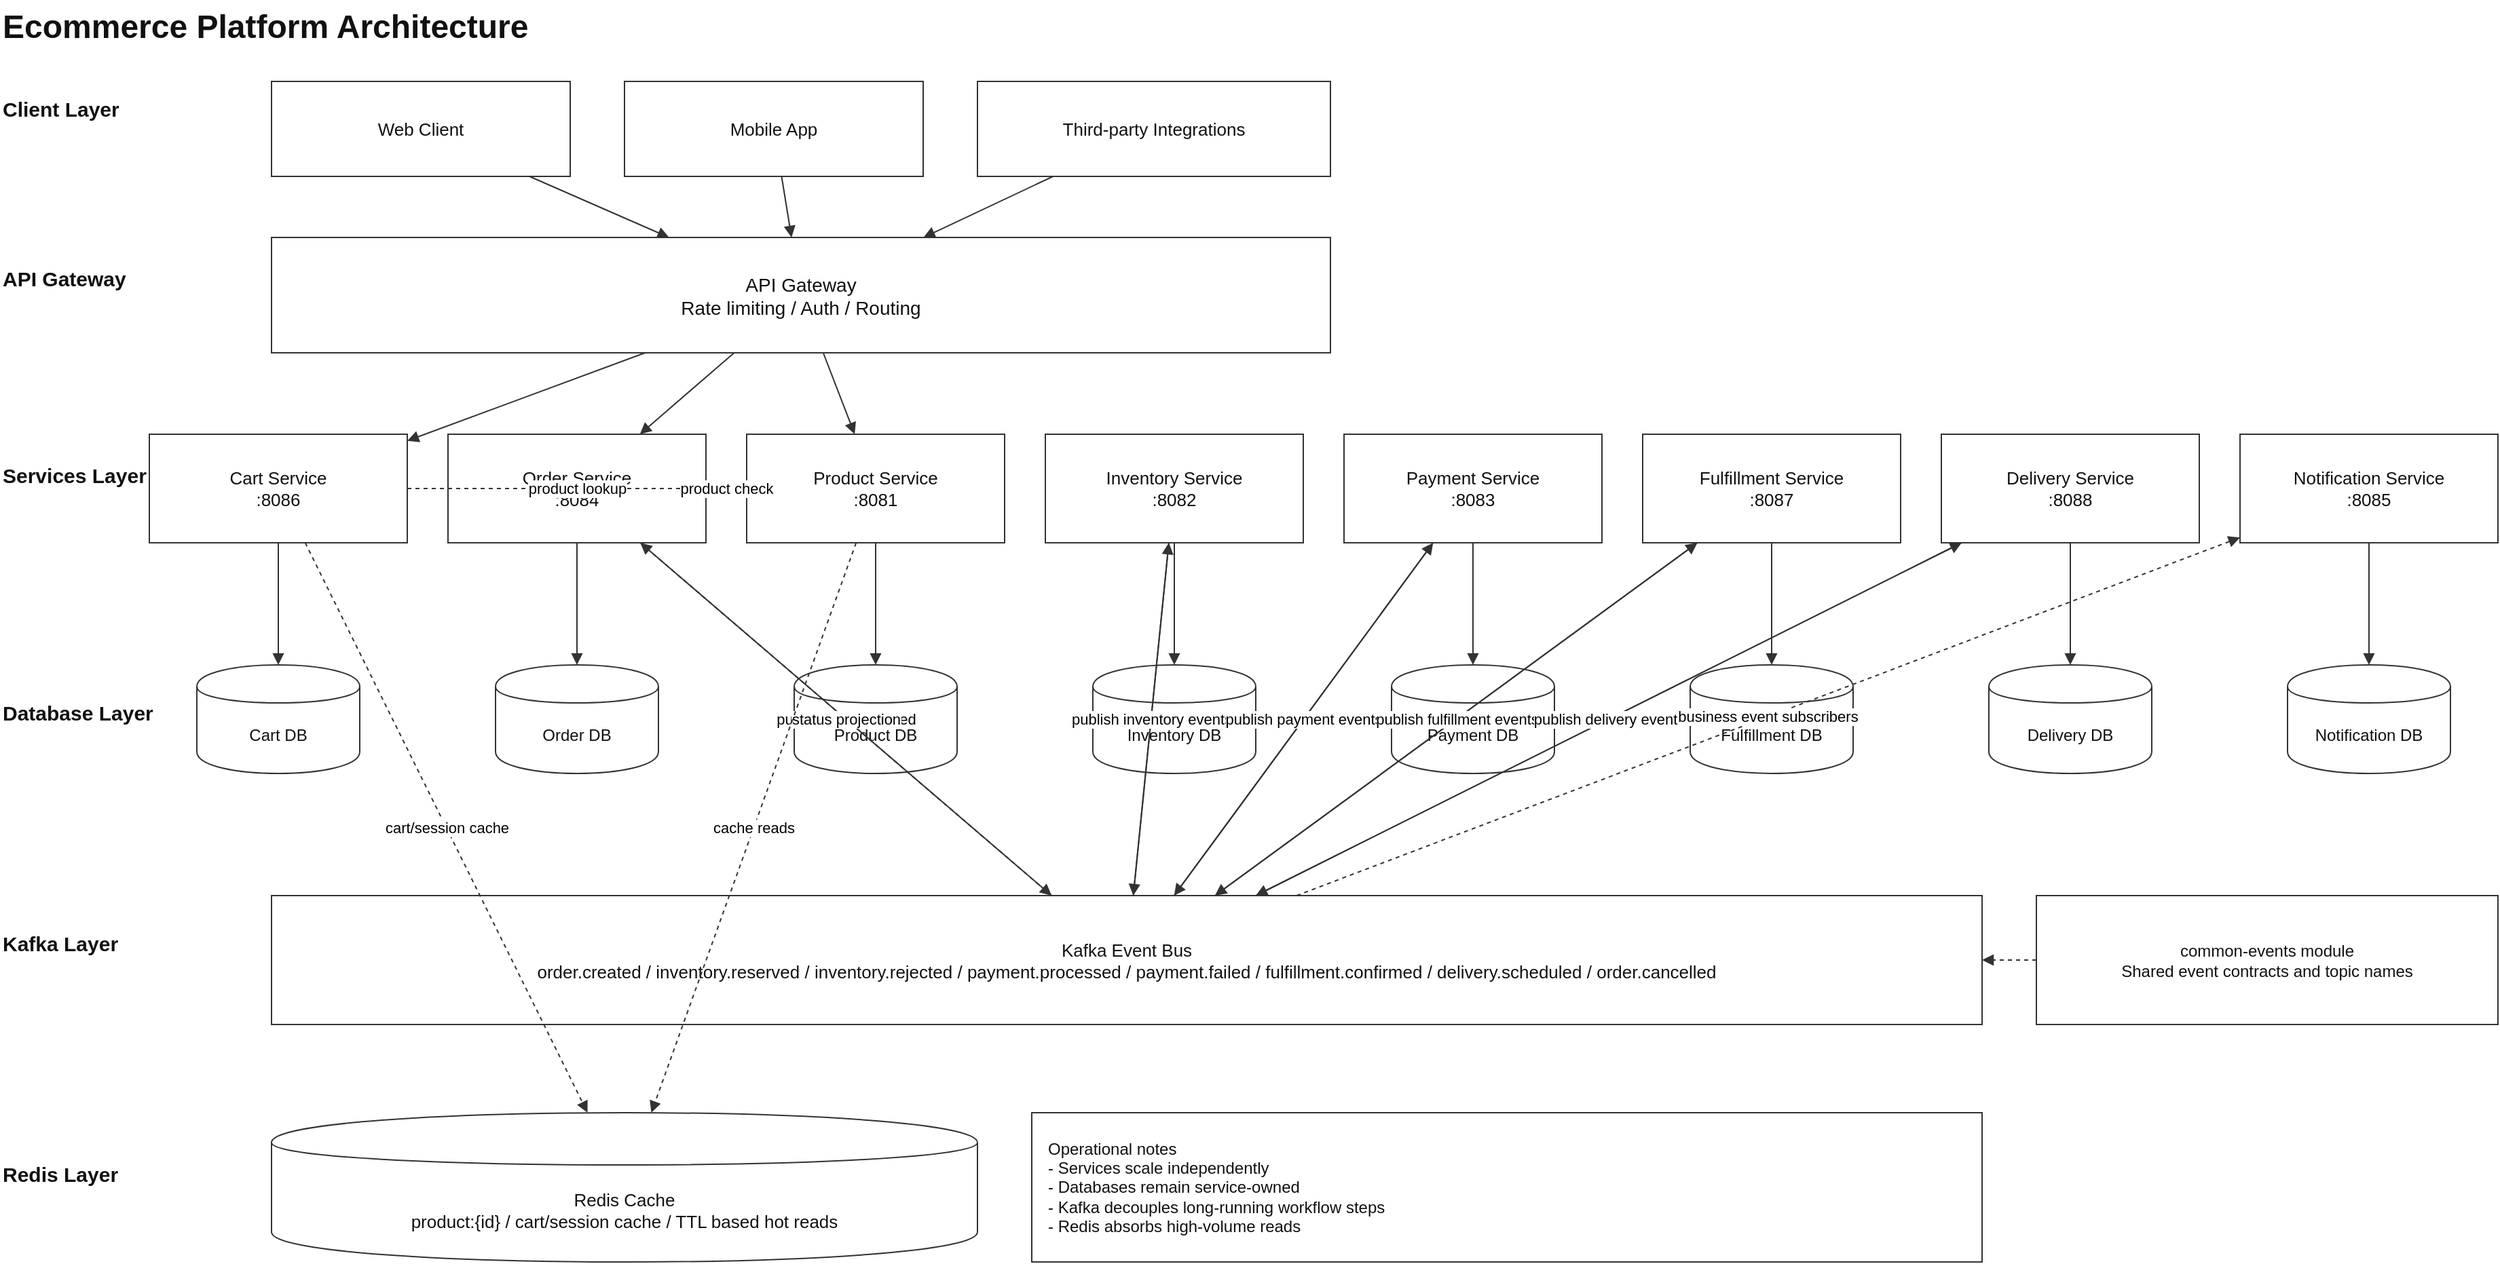
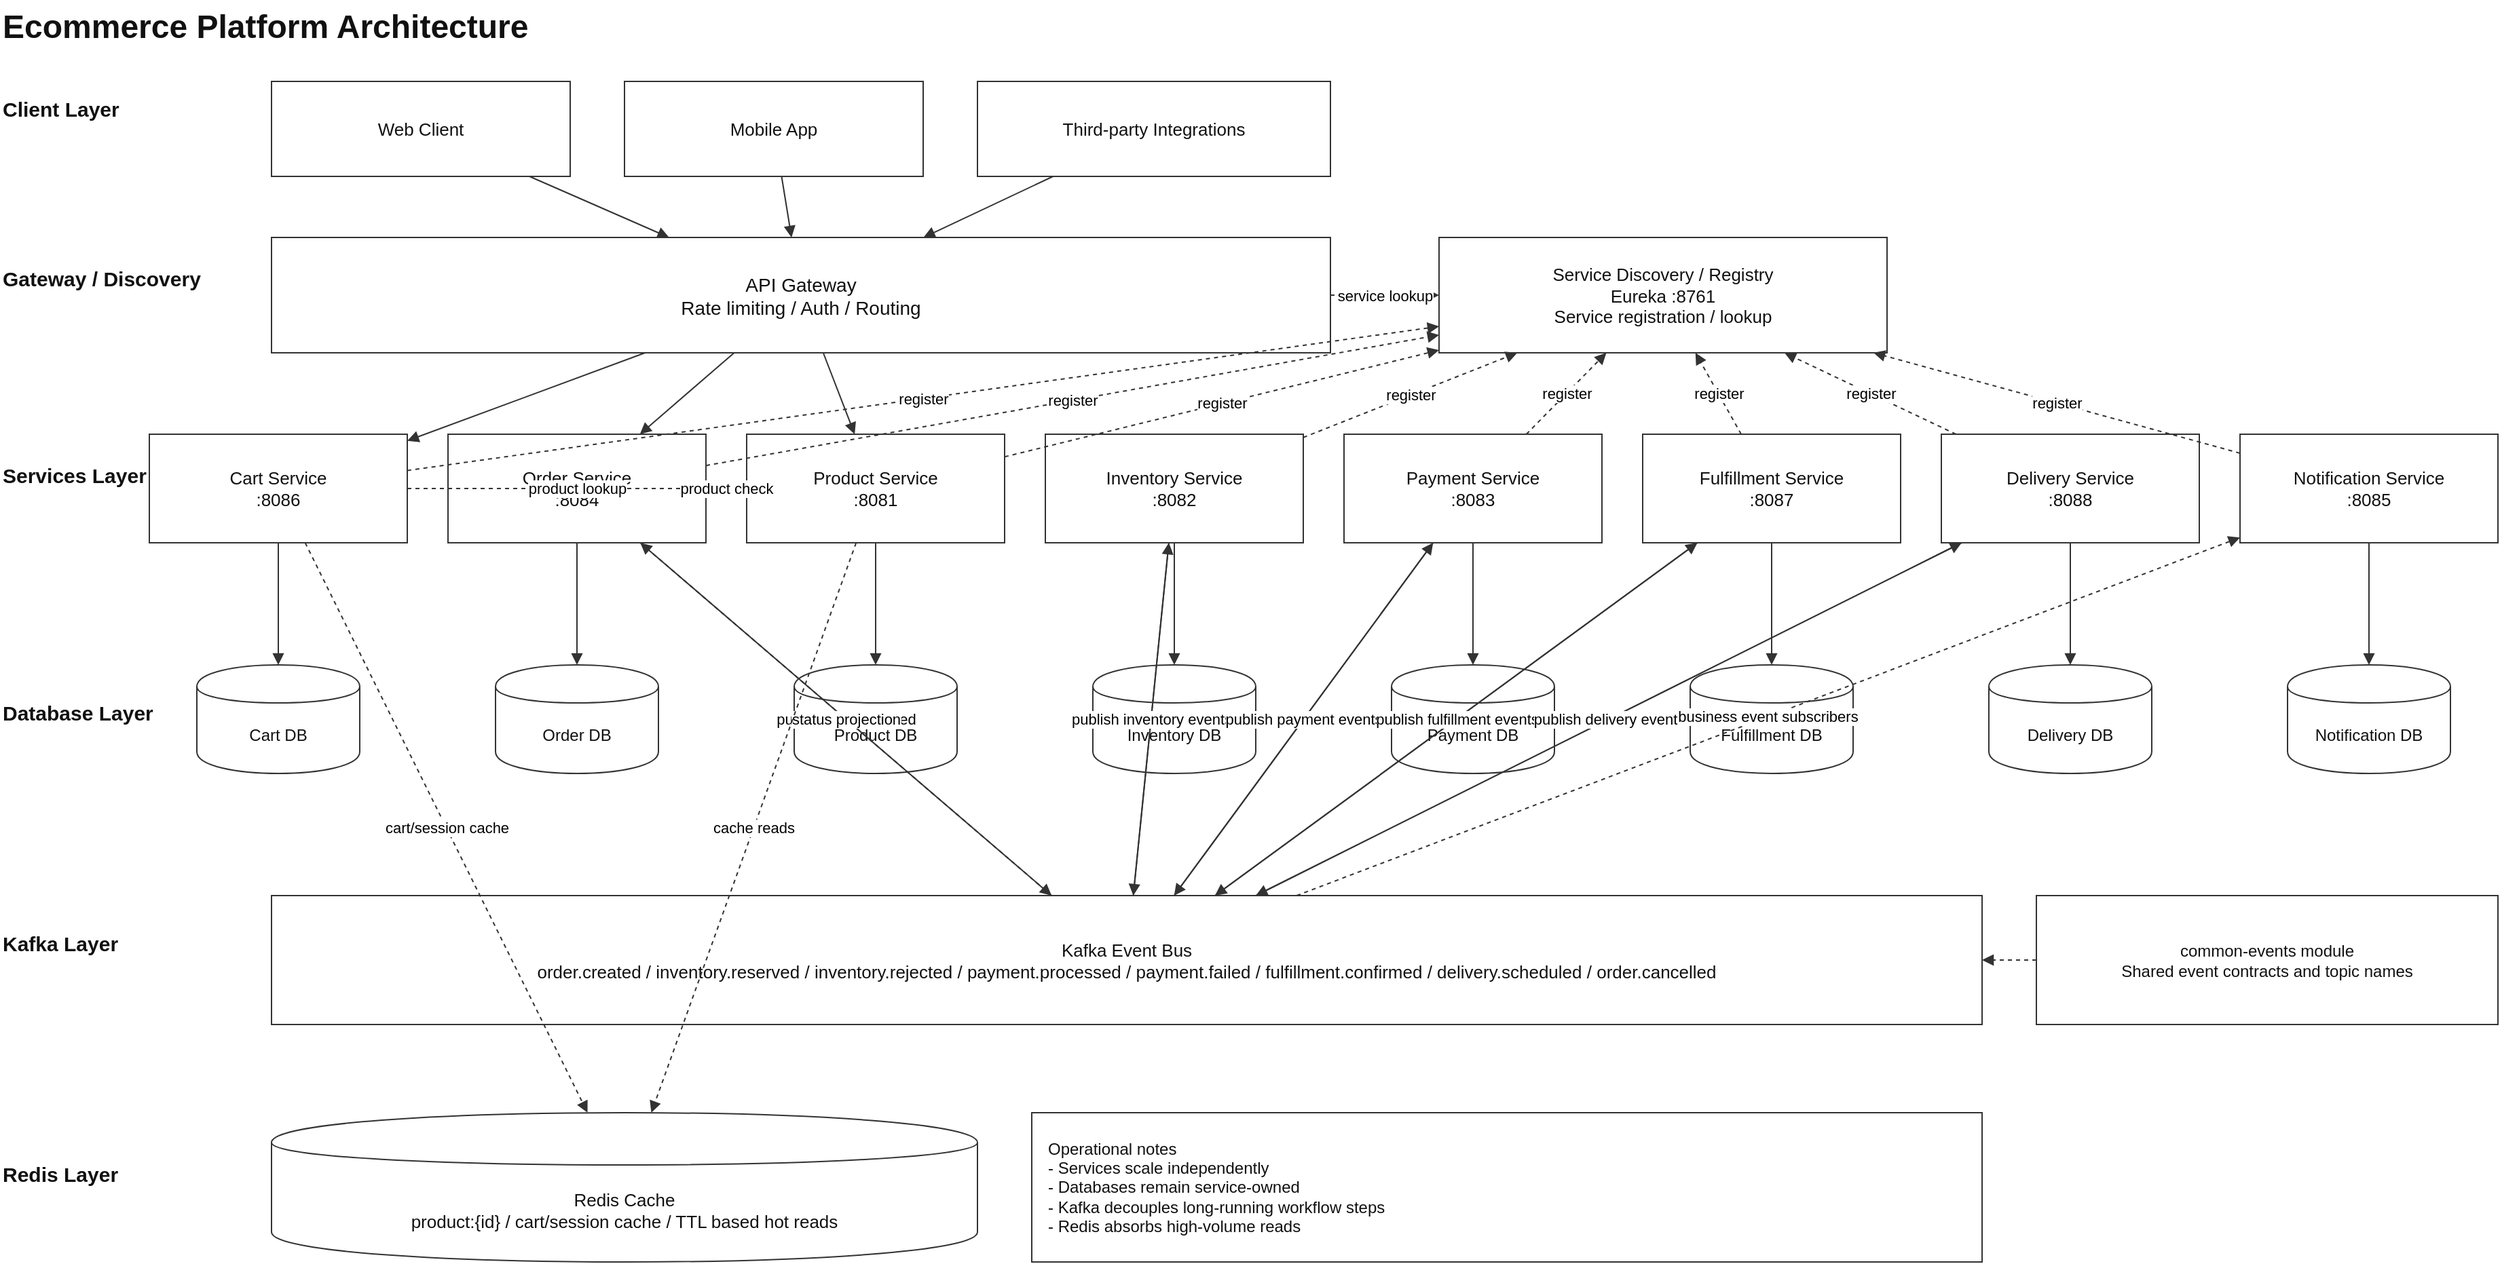
<mxfile host="app.diagrams.net" modified="2026-05-06T00:00:00.000Z" agent="diagrams.net" version="24.7.17">
  <diagram id="ecommerce-architecture" name="Ecommerce Platform Architecture">
    <mxGraphModel dx="1800" dy="1000" grid="1" gridSize="10" guides="1" tooltips="1" connect="1" arrows="1" fold="1" page="1" pageScale="1" pageWidth="2200" pageHeight="1500" math="0" shadow="0">
      <root>
        <mxCell id="0"/>
        <mxCell id="1" parent="0"/>

        <mxCell id="title" value="Ecommerce Platform Architecture" style="text;html=1;strokeColor=none;fillColor=none;align=left;verticalAlign=middle;fontSize=24;fontStyle=1;fontColor=#111111;" vertex="1" parent="1">
          <mxGeometry x="60" y="30" width="520" height="40" as="geometry"/>
        </mxCell>

        <mxCell id="client-layer-label" value="Client Layer" style="text;html=1;strokeColor=none;fillColor=none;align=left;verticalAlign=middle;fontSize=15;fontStyle=1;fontColor=#111111;" vertex="1" parent="1">
          <mxGeometry x="60" y="95" width="180" height="30" as="geometry"/>
        </mxCell>
        <mxCell id="client-web" value="Web Client" style="rounded=0;whiteSpace=wrap;html=1;fillColor=#ffffff;strokeColor=#333333;fontSize=13;fontColor=#111111;" vertex="1" parent="1">
          <mxGeometry x="260" y="90" width="220" height="70" as="geometry"/>
        </mxCell>
        <mxCell id="client-mobile" value="Mobile App" style="rounded=0;whiteSpace=wrap;html=1;fillColor=#ffffff;strokeColor=#333333;fontSize=13;fontColor=#111111;" vertex="1" parent="1">
          <mxGeometry x="520" y="90" width="220" height="70" as="geometry"/>
        </mxCell>
        <mxCell id="client-third-party" value="Third-party Integrations" style="rounded=0;whiteSpace=wrap;html=1;fillColor=#ffffff;strokeColor=#333333;fontSize=13;fontColor=#111111;" vertex="1" parent="1">
          <mxGeometry x="780" y="90" width="260" height="70" as="geometry"/>
        </mxCell>

-         <mxCell id="gateway-layer-label" value="API Gateway" style="text;html=1;strokeColor=none;fillColor=none;align=left;verticalAlign=middle;fontSize=15;fontStyle=1;fontColor=#111111;" vertex="1" parent="1">
+         <mxCell id="gateway-layer-label" value="Gateway / Discovery" style="text;html=1;strokeColor=none;fillColor=none;align=left;verticalAlign=middle;fontSize=15;fontStyle=1;fontColor=#111111;" vertex="1" parent="1">
          <mxGeometry x="60" y="220" width="180" height="30" as="geometry"/>
        </mxCell>
        <mxCell id="api-gateway" value="API Gateway&#xa;Rate limiting / Auth / Routing" style="rounded=0;whiteSpace=wrap;html=1;fillColor=#ffffff;strokeColor=#333333;fontSize=14;fontColor=#111111;" vertex="1" parent="1">
          <mxGeometry x="260" y="205" width="780" height="85" as="geometry"/>
        </mxCell>
+         <mxCell id="service-discovery" value="Service Discovery / Registry&#xa;Eureka :8761&#xa;Service registration / lookup" style="rounded=0;whiteSpace=wrap;html=1;fillColor=#ffffff;strokeColor=#333333;fontSize=13;fontColor=#111111;" vertex="1" parent="1">
+           <mxGeometry x="1120" y="205" width="330" height="85" as="geometry"/>
+         </mxCell>

        <mxCell id="services-layer-label" value="Services Layer" style="text;html=1;strokeColor=none;fillColor=none;align=left;verticalAlign=middle;fontSize=15;fontStyle=1;fontColor=#111111;" vertex="1" parent="1">
          <mxGeometry x="60" y="365" width="180" height="30" as="geometry"/>
        </mxCell>
        <mxCell id="cart" value="Cart Service&#xa;:8086" style="rounded=0;whiteSpace=wrap;html=1;fillColor=#ffffff;strokeColor=#333333;fontSize=13;fontColor=#111111;" vertex="1" parent="1">
          <mxGeometry x="170" y="350" width="190" height="80" as="geometry"/>
        </mxCell>
        <mxCell id="order" value="Order Service&#xa;:8084" style="rounded=0;whiteSpace=wrap;html=1;fillColor=#ffffff;strokeColor=#333333;fontSize=13;fontColor=#111111;" vertex="1" parent="1">
          <mxGeometry x="390" y="350" width="190" height="80" as="geometry"/>
        </mxCell>
        <mxCell id="product" value="Product Service&#xa;:8081" style="rounded=0;whiteSpace=wrap;html=1;fillColor=#ffffff;strokeColor=#333333;fontSize=13;fontColor=#111111;" vertex="1" parent="1">
          <mxGeometry x="610" y="350" width="190" height="80" as="geometry"/>
        </mxCell>
        <mxCell id="inventory" value="Inventory Service&#xa;:8082" style="rounded=0;whiteSpace=wrap;html=1;fillColor=#ffffff;strokeColor=#333333;fontSize=13;fontColor=#111111;" vertex="1" parent="1">
          <mxGeometry x="830" y="350" width="190" height="80" as="geometry"/>
        </mxCell>
        <mxCell id="payment" value="Payment Service&#xa;:8083" style="rounded=0;whiteSpace=wrap;html=1;fillColor=#ffffff;strokeColor=#333333;fontSize=13;fontColor=#111111;" vertex="1" parent="1">
          <mxGeometry x="1050" y="350" width="190" height="80" as="geometry"/>
        </mxCell>
        <mxCell id="fulfillment" value="Fulfillment Service&#xa;:8087" style="rounded=0;whiteSpace=wrap;html=1;fillColor=#ffffff;strokeColor=#333333;fontSize=13;fontColor=#111111;" vertex="1" parent="1">
          <mxGeometry x="1270" y="350" width="190" height="80" as="geometry"/>
        </mxCell>
        <mxCell id="delivery" value="Delivery Service&#xa;:8088" style="rounded=0;whiteSpace=wrap;html=1;fillColor=#ffffff;strokeColor=#333333;fontSize=13;fontColor=#111111;" vertex="1" parent="1">
          <mxGeometry x="1490" y="350" width="190" height="80" as="geometry"/>
        </mxCell>
        <mxCell id="notification" value="Notification Service&#xa;:8085" style="rounded=0;whiteSpace=wrap;html=1;fillColor=#ffffff;strokeColor=#333333;fontSize=13;fontColor=#111111;" vertex="1" parent="1">
          <mxGeometry x="1710" y="350" width="190" height="80" as="geometry"/>
        </mxCell>

        <mxCell id="db-layer-label" value="Database Layer" style="text;html=1;strokeColor=none;fillColor=none;align=left;verticalAlign=middle;fontSize=15;fontStyle=1;fontColor=#111111;" vertex="1" parent="1">
          <mxGeometry x="60" y="540" width="180" height="30" as="geometry"/>
        </mxCell>
        <mxCell id="db-cart" value="Cart DB" style="shape=cylinder;whiteSpace=wrap;html=1;boundedLbl=1;fillColor=#ffffff;strokeColor=#333333;fontSize=12;fontColor=#111111;" vertex="1" parent="1">
          <mxGeometry x="205" y="520" width="120" height="80" as="geometry"/>
        </mxCell>
        <mxCell id="db-order" value="Order DB" style="shape=cylinder;whiteSpace=wrap;html=1;boundedLbl=1;fillColor=#ffffff;strokeColor=#333333;fontSize=12;fontColor=#111111;" vertex="1" parent="1">
          <mxGeometry x="425" y="520" width="120" height="80" as="geometry"/>
        </mxCell>
        <mxCell id="db-product" value="Product DB" style="shape=cylinder;whiteSpace=wrap;html=1;boundedLbl=1;fillColor=#ffffff;strokeColor=#333333;fontSize=12;fontColor=#111111;" vertex="1" parent="1">
          <mxGeometry x="645" y="520" width="120" height="80" as="geometry"/>
        </mxCell>
        <mxCell id="db-inventory" value="Inventory DB" style="shape=cylinder;whiteSpace=wrap;html=1;boundedLbl=1;fillColor=#ffffff;strokeColor=#333333;fontSize=12;fontColor=#111111;" vertex="1" parent="1">
          <mxGeometry x="865" y="520" width="120" height="80" as="geometry"/>
        </mxCell>
        <mxCell id="db-payment" value="Payment DB" style="shape=cylinder;whiteSpace=wrap;html=1;boundedLbl=1;fillColor=#ffffff;strokeColor=#333333;fontSize=12;fontColor=#111111;" vertex="1" parent="1">
          <mxGeometry x="1085" y="520" width="120" height="80" as="geometry"/>
        </mxCell>
        <mxCell id="db-fulfillment" value="Fulfillment DB" style="shape=cylinder;whiteSpace=wrap;html=1;boundedLbl=1;fillColor=#ffffff;strokeColor=#333333;fontSize=12;fontColor=#111111;" vertex="1" parent="1">
          <mxGeometry x="1305" y="520" width="120" height="80" as="geometry"/>
        </mxCell>
        <mxCell id="db-delivery" value="Delivery DB" style="shape=cylinder;whiteSpace=wrap;html=1;boundedLbl=1;fillColor=#ffffff;strokeColor=#333333;fontSize=12;fontColor=#111111;" vertex="1" parent="1">
          <mxGeometry x="1525" y="520" width="120" height="80" as="geometry"/>
        </mxCell>
        <mxCell id="db-notification" value="Notification DB" style="shape=cylinder;whiteSpace=wrap;html=1;boundedLbl=1;fillColor=#ffffff;strokeColor=#333333;fontSize=12;fontColor=#111111;" vertex="1" parent="1">
          <mxGeometry x="1745" y="520" width="120" height="80" as="geometry"/>
        </mxCell>

        <mxCell id="kafka-layer-label" value="Kafka Layer" style="text;html=1;strokeColor=none;fillColor=none;align=left;verticalAlign=middle;fontSize=15;fontStyle=1;fontColor=#111111;" vertex="1" parent="1">
          <mxGeometry x="60" y="710" width="180" height="30" as="geometry"/>
        </mxCell>
        <mxCell id="kafka" value="Kafka Event Bus&#xa;order.created / inventory.reserved / inventory.rejected / payment.processed / payment.failed / fulfillment.confirmed / delivery.scheduled / order.cancelled" style="rounded=0;whiteSpace=wrap;html=1;fillColor=#ffffff;strokeColor=#333333;fontSize=13;fontColor=#111111;" vertex="1" parent="1">
          <mxGeometry x="260" y="690" width="1260" height="95" as="geometry"/>
        </mxCell>
        <mxCell id="common-events" value="common-events module&#xa;Shared event contracts and topic names" style="rounded=0;whiteSpace=wrap;html=1;fillColor=#ffffff;strokeColor=#333333;fontSize=12;fontColor=#111111;" vertex="1" parent="1">
          <mxGeometry x="1560" y="690" width="340" height="95" as="geometry"/>
        </mxCell>

        <mxCell id="redis-layer-label" value="Redis Layer" style="text;html=1;strokeColor=none;fillColor=none;align=left;verticalAlign=middle;fontSize=15;fontStyle=1;fontColor=#111111;" vertex="1" parent="1">
          <mxGeometry x="60" y="880" width="180" height="30" as="geometry"/>
        </mxCell>
        <mxCell id="redis" value="Redis Cache&#xa;product:{id} / cart/session cache / TTL based hot reads" style="shape=cylinder;whiteSpace=wrap;html=1;boundedLbl=1;fillColor=#ffffff;strokeColor=#333333;fontSize=13;fontColor=#111111;" vertex="1" parent="1">
          <mxGeometry x="260" y="850" width="520" height="110" as="geometry"/>
        </mxCell>
        <mxCell id="notes" value="Operational notes&#xa;- Services scale independently&#xa;- Databases remain service-owned&#xa;- Kafka decouples long-running workflow steps&#xa;- Redis absorbs high-volume reads" style="rounded=0;whiteSpace=wrap;html=1;fillColor=#ffffff;strokeColor=#333333;fontSize=12;fontColor=#111111;align=left;spacingLeft=10;" vertex="1" parent="1">
          <mxGeometry x="820" y="850" width="700" height="110" as="geometry"/>
        </mxCell>

        <mxCell id="e-client-web-gateway" style="endArrow=block;html=1;strokeWidth=1;strokeColor=#333333;" edge="1" parent="1" source="client-web" target="api-gateway">
          <mxGeometry relative="1" as="geometry"/>
        </mxCell>
        <mxCell id="e-client-mobile-gateway" style="endArrow=block;html=1;strokeWidth=1;strokeColor=#333333;" edge="1" parent="1" source="client-mobile" target="api-gateway">
          <mxGeometry relative="1" as="geometry"/>
        </mxCell>
        <mxCell id="e-client-third-party-gateway" style="endArrow=block;html=1;strokeWidth=1;strokeColor=#333333;" edge="1" parent="1" source="client-third-party" target="api-gateway">
+           <mxGeometry relative="1" as="geometry"/>
+         </mxCell>
+ 
+         <mxCell id="e-gateway-discovery" value="service lookup" style="endArrow=block;html=1;strokeWidth=1;dashed=1;strokeColor=#333333;fontSize=11;" edge="1" parent="1" source="api-gateway" target="service-discovery">
+           <mxGeometry relative="1" as="geometry"/>
+         </mxCell>
+         <mxCell id="e-cart-discovery" value="register" style="endArrow=block;html=1;strokeWidth=1;dashed=1;strokeColor=#333333;fontSize=11;" edge="1" parent="1" source="cart" target="service-discovery">
+           <mxGeometry relative="1" as="geometry"/>
+         </mxCell>
+         <mxCell id="e-order-discovery" value="register" style="endArrow=block;html=1;strokeWidth=1;dashed=1;strokeColor=#333333;fontSize=11;" edge="1" parent="1" source="order" target="service-discovery">
+           <mxGeometry relative="1" as="geometry"/>
+         </mxCell>
+         <mxCell id="e-product-discovery" value="register" style="endArrow=block;html=1;strokeWidth=1;dashed=1;strokeColor=#333333;fontSize=11;" edge="1" parent="1" source="product" target="service-discovery">
+           <mxGeometry relative="1" as="geometry"/>
+         </mxCell>
+         <mxCell id="e-inventory-discovery" value="register" style="endArrow=block;html=1;strokeWidth=1;dashed=1;strokeColor=#333333;fontSize=11;" edge="1" parent="1" source="inventory" target="service-discovery">
+           <mxGeometry relative="1" as="geometry"/>
+         </mxCell>
+         <mxCell id="e-payment-discovery" value="register" style="endArrow=block;html=1;strokeWidth=1;dashed=1;strokeColor=#333333;fontSize=11;" edge="1" parent="1" source="payment" target="service-discovery">
+           <mxGeometry relative="1" as="geometry"/>
+         </mxCell>
+         <mxCell id="e-fulfillment-discovery" value="register" style="endArrow=block;html=1;strokeWidth=1;dashed=1;strokeColor=#333333;fontSize=11;" edge="1" parent="1" source="fulfillment" target="service-discovery">
+           <mxGeometry relative="1" as="geometry"/>
+         </mxCell>
+         <mxCell id="e-delivery-discovery" value="register" style="endArrow=block;html=1;strokeWidth=1;dashed=1;strokeColor=#333333;fontSize=11;" edge="1" parent="1" source="delivery" target="service-discovery">
+           <mxGeometry relative="1" as="geometry"/>
+         </mxCell>
+         <mxCell id="e-notification-discovery" value="register" style="endArrow=block;html=1;strokeWidth=1;dashed=1;strokeColor=#333333;fontSize=11;" edge="1" parent="1" source="notification" target="service-discovery">
          <mxGeometry relative="1" as="geometry"/>
        </mxCell>

        <mxCell id="e-gateway-cart" style="endArrow=block;html=1;strokeWidth=1;strokeColor=#333333;" edge="1" parent="1" source="api-gateway" target="cart">
          <mxGeometry relative="1" as="geometry"/>
        </mxCell>
        <mxCell id="e-gateway-order" style="endArrow=block;html=1;strokeWidth=1;strokeColor=#333333;" edge="1" parent="1" source="api-gateway" target="order">
          <mxGeometry relative="1" as="geometry"/>
        </mxCell>
        <mxCell id="e-gateway-product" style="endArrow=block;html=1;strokeWidth=1;strokeColor=#333333;" edge="1" parent="1" source="api-gateway" target="product">
          <mxGeometry relative="1" as="geometry"/>
        </mxCell>

        <mxCell id="e-cart-product" value="product lookup" style="endArrow=block;html=1;strokeWidth=1;dashed=1;strokeColor=#333333;fontSize=11;" edge="1" parent="1" source="cart" target="product">
          <mxGeometry relative="1" as="geometry"/>
        </mxCell>
        <mxCell id="e-order-product" value="product check" style="endArrow=block;html=1;strokeWidth=1;dashed=1;strokeColor=#333333;fontSize=11;" edge="1" parent="1" source="order" target="product">
          <mxGeometry relative="1" as="geometry"/>
        </mxCell>

        <mxCell id="e-cart-db" style="endArrow=block;html=1;strokeWidth=1;strokeColor=#333333;" edge="1" parent="1" source="cart" target="db-cart">
          <mxGeometry relative="1" as="geometry"/>
        </mxCell>
        <mxCell id="e-order-db" style="endArrow=block;html=1;strokeWidth=1;strokeColor=#333333;" edge="1" parent="1" source="order" target="db-order">
          <mxGeometry relative="1" as="geometry"/>
        </mxCell>
        <mxCell id="e-product-db" style="endArrow=block;html=1;strokeWidth=1;strokeColor=#333333;" edge="1" parent="1" source="product" target="db-product">
          <mxGeometry relative="1" as="geometry"/>
        </mxCell>
        <mxCell id="e-inventory-db" style="endArrow=block;html=1;strokeWidth=1;strokeColor=#333333;" edge="1" parent="1" source="inventory" target="db-inventory">
          <mxGeometry relative="1" as="geometry"/>
        </mxCell>
        <mxCell id="e-payment-db" style="endArrow=block;html=1;strokeWidth=1;strokeColor=#333333;" edge="1" parent="1" source="payment" target="db-payment">
          <mxGeometry relative="1" as="geometry"/>
        </mxCell>
        <mxCell id="e-fulfillment-db" style="endArrow=block;html=1;strokeWidth=1;strokeColor=#333333;" edge="1" parent="1" source="fulfillment" target="db-fulfillment">
          <mxGeometry relative="1" as="geometry"/>
        </mxCell>
        <mxCell id="e-delivery-db" style="endArrow=block;html=1;strokeWidth=1;strokeColor=#333333;" edge="1" parent="1" source="delivery" target="db-delivery">
          <mxGeometry relative="1" as="geometry"/>
        </mxCell>
        <mxCell id="e-notification-db" style="endArrow=block;html=1;strokeWidth=1;strokeColor=#333333;" edge="1" parent="1" source="notification" target="db-notification">
          <mxGeometry relative="1" as="geometry"/>
        </mxCell>

        <mxCell id="e-order-kafka" value="publish order.created" style="endArrow=block;html=1;strokeWidth=1;strokeColor=#333333;fontSize=11;" edge="1" parent="1" source="order" target="kafka">
          <mxGeometry relative="1" as="geometry"/>
        </mxCell>
        <mxCell id="e-kafka-inventory" value="consume" style="endArrow=block;html=1;strokeWidth=1;strokeColor=#333333;fontSize=11;" edge="1" parent="1" source="kafka" target="inventory">
          <mxGeometry relative="1" as="geometry"/>
        </mxCell>
        <mxCell id="e-inventory-kafka" value="publish inventory events" style="endArrow=block;html=1;strokeWidth=1;strokeColor=#333333;fontSize=11;" edge="1" parent="1" source="inventory" target="kafka">
          <mxGeometry relative="1" as="geometry"/>
        </mxCell>
        <mxCell id="e-kafka-payment" value="consume" style="endArrow=block;html=1;strokeWidth=1;strokeColor=#333333;fontSize=11;" edge="1" parent="1" source="kafka" target="payment">
          <mxGeometry relative="1" as="geometry"/>
        </mxCell>
        <mxCell id="e-payment-kafka" value="publish payment events" style="endArrow=block;html=1;strokeWidth=1;strokeColor=#333333;fontSize=11;" edge="1" parent="1" source="payment" target="kafka">
          <mxGeometry relative="1" as="geometry"/>
        </mxCell>
        <mxCell id="e-kafka-fulfillment" value="consume" style="endArrow=block;html=1;strokeWidth=1;strokeColor=#333333;fontSize=11;" edge="1" parent="1" source="kafka" target="fulfillment">
          <mxGeometry relative="1" as="geometry"/>
        </mxCell>
        <mxCell id="e-fulfillment-kafka" value="publish fulfillment events" style="endArrow=block;html=1;strokeWidth=1;strokeColor=#333333;fontSize=11;" edge="1" parent="1" source="fulfillment" target="kafka">
          <mxGeometry relative="1" as="geometry"/>
        </mxCell>
        <mxCell id="e-kafka-delivery" value="consume" style="endArrow=block;html=1;strokeWidth=1;strokeColor=#333333;fontSize=11;" edge="1" parent="1" source="kafka" target="delivery">
          <mxGeometry relative="1" as="geometry"/>
        </mxCell>
        <mxCell id="e-delivery-kafka" value="publish delivery events" style="endArrow=block;html=1;strokeWidth=1;strokeColor=#333333;fontSize=11;" edge="1" parent="1" source="delivery" target="kafka">
          <mxGeometry relative="1" as="geometry"/>
        </mxCell>
        <mxCell id="e-kafka-order" value="status projection" style="endArrow=block;html=1;strokeWidth=1;dashed=1;strokeColor=#333333;fontSize=11;" edge="1" parent="1" source="kafka" target="order">
          <mxGeometry relative="1" as="geometry"/>
        </mxCell>
        <mxCell id="e-kafka-notification" value="business event subscribers" style="endArrow=block;html=1;strokeWidth=1;dashed=1;strokeColor=#333333;fontSize=11;" edge="1" parent="1" source="kafka" target="notification">
          <mxGeometry relative="1" as="geometry"/>
        </mxCell>
        <mxCell id="e-common-events-kafka" style="endArrow=block;html=1;strokeWidth=1;dashed=1;strokeColor=#333333;" edge="1" parent="1" source="common-events" target="kafka">
          <mxGeometry relative="1" as="geometry"/>
        </mxCell>

        <mxCell id="e-product-redis" value="cache reads" style="endArrow=block;html=1;strokeWidth=1;dashed=1;strokeColor=#333333;fontSize=11;" edge="1" parent="1" source="product" target="redis">
          <mxGeometry relative="1" as="geometry"/>
        </mxCell>
        <mxCell id="e-cart-redis" value="cart/session cache" style="endArrow=block;html=1;strokeWidth=1;dashed=1;strokeColor=#333333;fontSize=11;" edge="1" parent="1" source="cart" target="redis">
          <mxGeometry relative="1" as="geometry"/>
        </mxCell>
      </root>
    </mxGraphModel>
  </diagram>
</mxfile>
